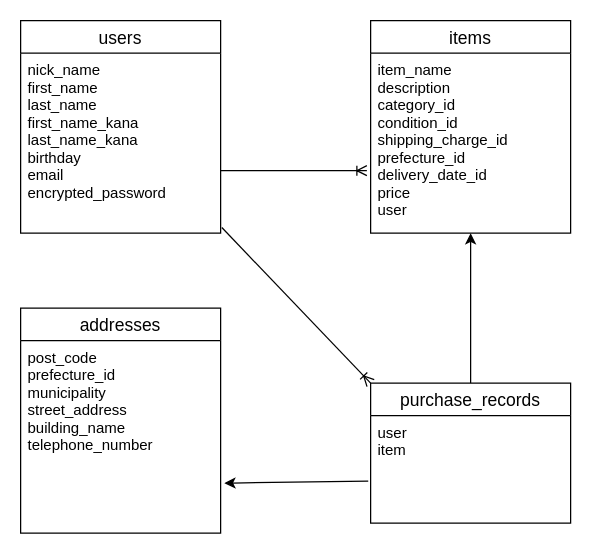
This is DB.dio from Matsu1209/furima-39596, a draw.io file, before an edit. Source tidied: cells renumbered, new cells numbered last; positions are measured from the earlier drawing's top-left corner, leaving out a move shared by most shapes. Both pictures are drawn from the tidied source at 125%, with x=0, y=0 at pixel (20, 20).
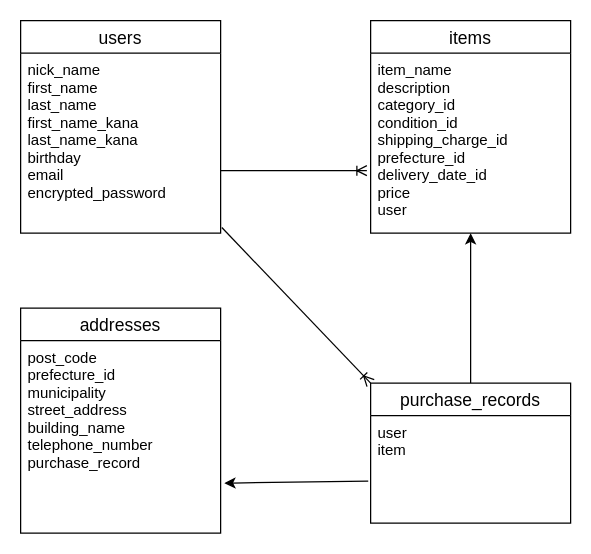
Above is the later version.

Change to the diagram source:
```diff
@@
 <mxGraphModel>
   <root>
     <mxCell id="0" />
     <mxCell id="1" parent="0" />
     <mxCell id="2" value="users" style="swimlane;fontStyle=0;horizontal=1;startSize=26;align=center;fontSize=14;" parent="1" vertex="1">
       <mxGeometry width="160" height="170" as="geometry" />
     </mxCell>
     <mxCell id="3" value="nick_name&#10;first_name&#10;last_name&#10;first_name_kana&#10;last_name_kana&#10;birthday&#10;email&#10;encrypted_password" style="text;strokeColor=none;fillColor=none;spacingLeft=4;spacingRight=4;overflow=hidden;points=[[0,0.5],[1,0.5]];portConstraint=eastwest;fontSize=12;" parent="2" vertex="1">
       <mxGeometry y="26" width="160" height="144" as="geometry" />
     </mxCell>
     <mxCell id="4" value="items" style="swimlane;fontStyle=0;horizontal=1;startSize=26;align=center;fontSize=14;" parent="1" vertex="1">
       <mxGeometry x="280" width="160" height="170" as="geometry" />
     </mxCell>
     <mxCell id="5" value="item_name&#10;description&#10;category_id&#10;condition_id&#10;shipping_charge_id&#10;prefecture_id&#10;delivery_date_id&#10;price&#10;user" style="text;strokeColor=none;fillColor=none;spacingLeft=4;spacingRight=4;overflow=hidden;points=[[0,0.5],[1,0.5]];portConstraint=eastwest;fontSize=12;" parent="4" vertex="1">
       <mxGeometry y="26" width="160" height="144" as="geometry" />
     </mxCell>
     <mxCell id="6" style="html=1;endArrow=classic;endFill=1;exitX=-0.012;exitY=0.61;exitDx=0;exitDy=0;exitPerimeter=0;" parent="1" edge="1" source="12">
       <mxGeometry relative="1" as="geometry">
         <mxPoint x="163" y="370" as="targetPoint" />
       </mxGeometry>
     </mxCell>
     <mxCell id="7" value="addresses" style="swimlane;fontStyle=0;horizontal=1;startSize=26;align=center;fontSize=14;" parent="1" vertex="1">
       <mxGeometry y="230" width="160" height="180" as="geometry" />
     </mxCell>
-    <mxCell id="8" value="post_code&#10;prefecture_id&#10;municipality&#10;street_address&#10;building_name&#10;telephone_number" style="text;strokeColor=none;fillColor=none;spacingLeft=4;spacingRight=4;overflow=hidden;fontSize=12;" parent="7" vertex="1">
+    <mxCell id="8" value="post_code&#10;prefecture_id&#10;municipality&#10;street_address&#10;building_name&#10;telephone_number&#10;purchase_record" style="text;strokeColor=none;fillColor=none;spacingLeft=4;spacingRight=4;overflow=hidden;fontSize=12;" parent="7" vertex="1">
       <mxGeometry y="26" width="160" height="154" as="geometry" />
     </mxCell>
     <mxCell id="9" style="edgeStyle=none;html=1;endArrow=ERoneToMany;endFill=0;exitX=1.006;exitY=0.969;exitDx=0;exitDy=0;exitPerimeter=0;entryX=0;entryY=0;entryDx=0;entryDy=0;" parent="1" edge="1" source="3" target="11">
       <mxGeometry relative="1" as="geometry" />
     </mxCell>
     <mxCell id="10" style="edgeStyle=none;html=1;endArrow=classic;endFill=1;" parent="1" edge="1" source="11" target="5">
       <mxGeometry relative="1" as="geometry" />
     </mxCell>
     <mxCell id="11" value="purchase_records" style="swimlane;fontStyle=0;horizontal=1;startSize=26;align=center;fontSize=14;" parent="1" vertex="1">
       <mxGeometry x="280" y="290" width="160" height="112" as="geometry" />
     </mxCell>
     <mxCell id="12" value="user&#10;item" style="text;strokeColor=none;fillColor=none;spacingLeft=4;spacingRight=4;overflow=hidden;points=[[0,0.5],[1,0.5]];portConstraint=eastwest;fontSize=12;" parent="11" vertex="1">
       <mxGeometry y="26" width="160" height="86" as="geometry" />
     </mxCell>
     <mxCell id="13" style="edgeStyle=none;html=1;endArrow=ERoneToMany;endFill=0;exitX=1;exitY=0.653;exitDx=0;exitDy=0;exitPerimeter=0;" parent="1" edge="1" source="3">
       <mxGeometry relative="1" as="geometry">
         <mxPoint x="277" y="120" as="targetPoint" />
       </mxGeometry>
     </mxCell>
   </root>
 </mxGraphModel>
```
